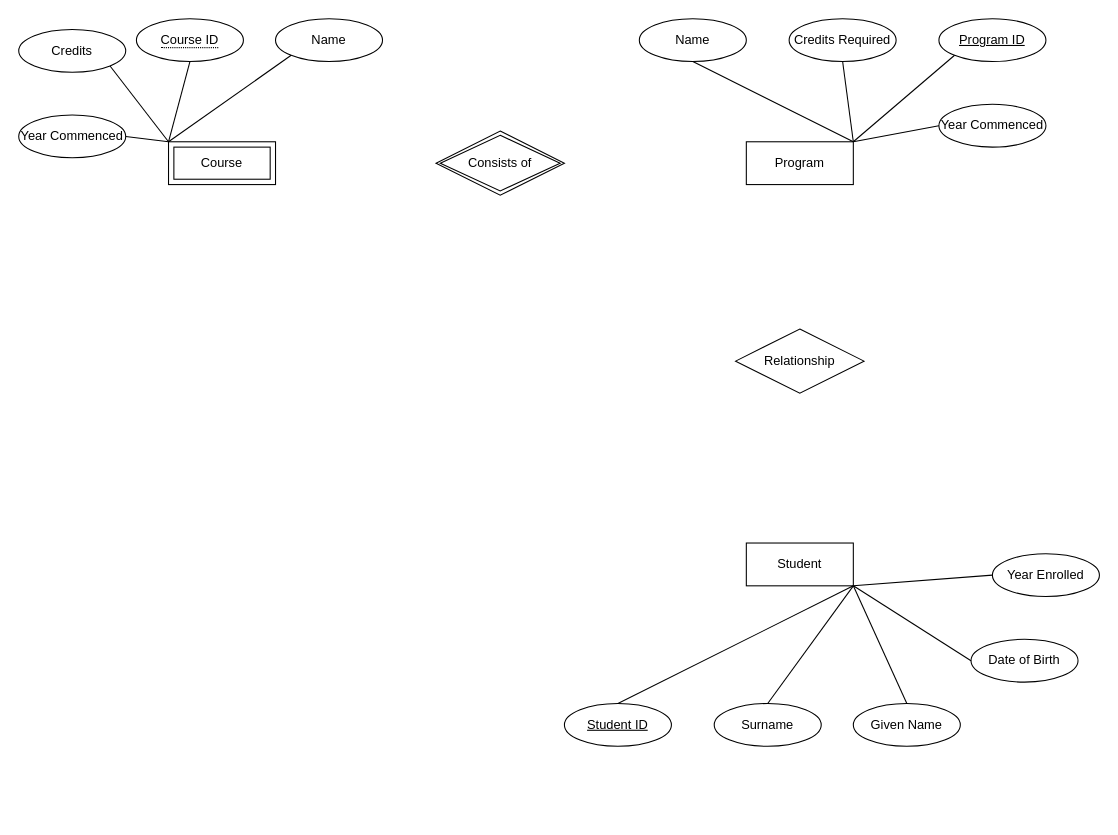
This is the_university_database.drawio from patrick-doumont/ermodeling, a draw.io file, before an edit. Source tidied: cells renumbered, new cells numbered last; positions are measured from the earlier drawing's top-left corner, leaving out a move shared by most shapes. Both pictures are drawn from the tidied source at 107%, with x=0, y=0 at pixel (18, 18).
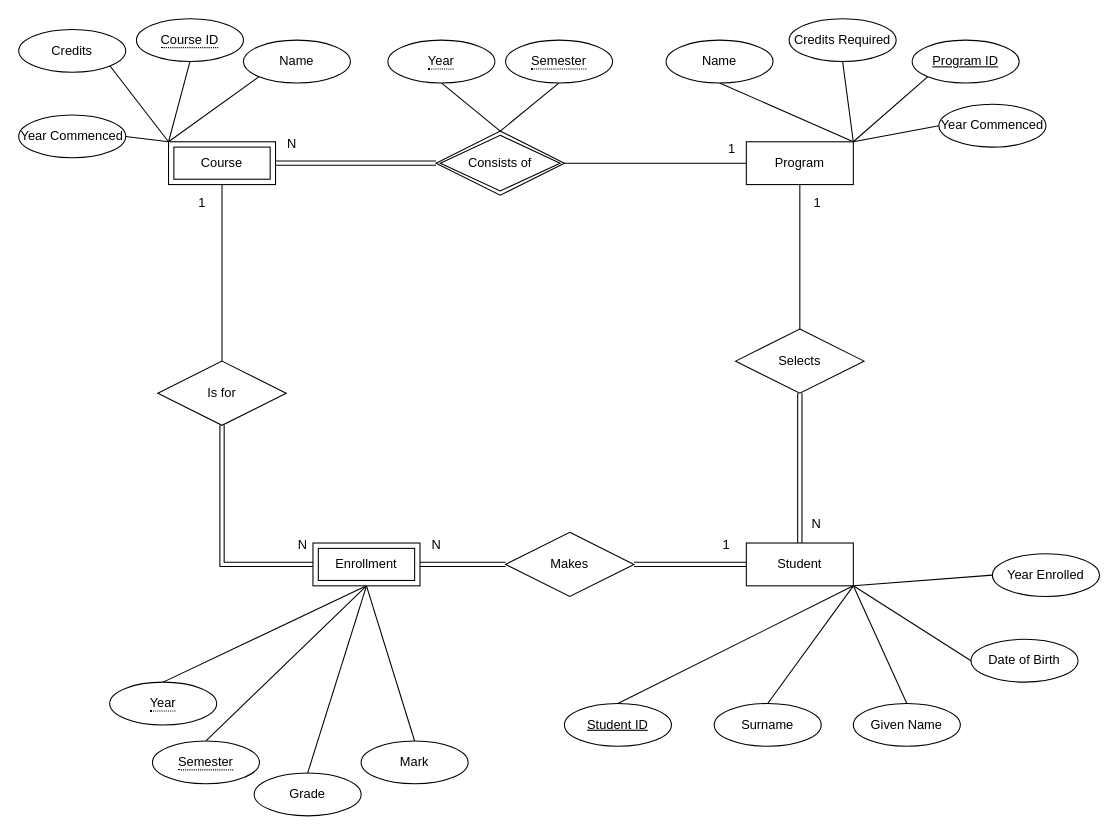
Above is the later version.

Unchanged cells that the change refers to:
```xml
<mxCell id="2" value="Student" style="whiteSpace=wrap;html=1;align=center;" parent="1" vertex="1">
  <mxGeometry x="680" y="490" width="100" height="40" as="geometry" />
</mxCell>
<mxCell id="3" value="Program" style="whiteSpace=wrap;html=1;align=center;" parent="1" vertex="1">
  <mxGeometry x="680" y="115" width="100" height="40" as="geometry" />
</mxCell>
<mxCell id="4" value="Course" style="shape=ext;margin=3;double=1;whiteSpace=wrap;html=1;align=center;" parent="1" vertex="1">
  <mxGeometry x="140" y="115" width="100" height="40" as="geometry" />
</mxCell>
<mxCell id="5" value="Consists of" style="shape=rhombus;double=1;perimeter=rhombusPerimeter;whiteSpace=wrap;html=1;align=center;" parent="1" vertex="1">
  <mxGeometry x="390" y="105" width="120" height="60" as="geometry" />
</mxCell>
```

The edit, as a diff of the source:
```diff
@@
-    <mxCell id="6" value="Relationship" style="shape=rhombus;perimeter=rhombusPerimeter;whiteSpace=wrap;html=1;align=center;" parent="1" vertex="1">
+    <mxCell id="6" value="Selects" style="shape=rhombus;perimeter=rhombusPerimeter;whiteSpace=wrap;html=1;align=center;" parent="1" vertex="1">
       <mxGeometry x="670" y="290" width="120" height="60" as="geometry" />
     </mxCell>
     <mxCell id="7" value="Name" style="ellipse;whiteSpace=wrap;html=1;align=center;" parent="1" vertex="1">
-      <mxGeometry x="580" width="100" height="40" as="geometry" />
+      <mxGeometry x="605" y="20" width="100" height="40" as="geometry" />
     </mxCell>
@@
     <mxCell id="9" value="Program ID" style="ellipse;whiteSpace=wrap;html=1;align=center;fontStyle=4;" parent="1" vertex="1">
-      <mxGeometry x="860" width="100" height="40" as="geometry" />
+      <mxGeometry x="835" y="20" width="100" height="40" as="geometry" />
     </mxCell>
@@
     <mxCell id="16" value="Name" style="ellipse;whiteSpace=wrap;html=1;align=center;" parent="1" vertex="1">
-      <mxGeometry x="240" width="100" height="40" as="geometry" />
+      <mxGeometry x="210" y="20" width="100" height="40" as="geometry" />
     </mxCell>
@@
+    <mxCell id="33" style="endArrow=none;html=1;rounded=0;exitX=0.5;exitY=0;exitDx=0;exitDy=0;entryX=0.5;entryY=1;entryDx=0;entryDy=0;" parent="1" edge="1" source="5" target="62">
+      <mxGeometry relative="1" as="geometry" />
+    </mxCell>
+    <mxCell id="34" style="endArrow=none;html=1;rounded=0;exitX=0.5;exitY=0;exitDx=0;exitDy=0;entryX=0.5;entryY=1;entryDx=0;entryDy=0;" parent="1" edge="1" source="5" target="63">
+      <mxGeometry relative="1" as="geometry" />
+    </mxCell>
+    <mxCell id="35" value="Is for" style="shape=rhombus;perimeter=rhombusPerimeter;whiteSpace=wrap;html=1;align=center;" parent="1" vertex="1">
+      <mxGeometry x="130" y="320" width="120" height="60" as="geometry" />
+    </mxCell>
+    <mxCell id="36" value="Grade" style="ellipse;whiteSpace=wrap;html=1;align=center;" parent="1" vertex="1">
+      <mxGeometry x="220" y="705" width="100" height="40" as="geometry" />
+    </mxCell>
+    <mxCell id="37" value="Mark" style="ellipse;whiteSpace=wrap;html=1;align=center;" parent="1" vertex="1">
+      <mxGeometry x="320" y="675" width="100" height="40" as="geometry" />
+    </mxCell>
+    <mxCell id="38" style="endArrow=none;html=1;rounded=0;entryX=0.5;entryY=0;entryDx=0;entryDy=0;exitX=0.5;exitY=1;exitDx=0;exitDy=0;shape=link;" parent="1" edge="1" source="6" target="2">
+      <mxGeometry relative="1" as="geometry" />
+    </mxCell>
+    <mxCell id="39" value="N" style="html=1;align=right;verticalAlign=bottom;" parent="38" vertex="1">
+      <mxGeometry x="1" relative="1" as="geometry">
+        <mxPoint x="20" y="-10" as="offset" />
+      </mxGeometry>
+    </mxCell>
+    <mxCell id="40" style="endArrow=none;html=1;rounded=0;entryX=0.5;entryY=1;entryDx=0;entryDy=0;exitX=0.5;exitY=0;exitDx=0;exitDy=0;" parent="1" edge="1" source="6" target="3">
+      <mxGeometry relative="1" as="geometry" />
+    </mxCell>
+    <mxCell id="41" value="1" style="html=1;align=right;verticalAlign=bottom;" parent="40" vertex="1">
+      <mxGeometry x="1" relative="1" as="geometry">
+        <mxPoint x="20" y="25" as="offset" />
+      </mxGeometry>
+    </mxCell>
+    <mxCell id="42" style="endArrow=none;html=1;rounded=0;entryX=0;entryY=0.5;entryDx=0;entryDy=0;exitX=1;exitY=0.5;exitDx=0;exitDy=0;" parent="1" edge="1" source="5" target="3">
+      <mxGeometry relative="1" as="geometry" />
+    </mxCell>
+    <mxCell id="43" value="1" style="html=1;align=right;verticalAlign=bottom;" parent="42" vertex="1">
+      <mxGeometry x="1" relative="1" as="geometry">
+        <mxPoint x="-10" y="-5" as="offset" />
+      </mxGeometry>
+    </mxCell>
+    <mxCell id="44" style="endArrow=none;html=1;rounded=0;entryX=1;entryY=0.5;entryDx=0;entryDy=0;exitX=0;exitY=0.5;exitDx=0;exitDy=0;shape=link;" parent="1" edge="1" source="5" target="4">
+      <mxGeometry relative="1" as="geometry" />
+    </mxCell>
+    <mxCell id="45" value="N" style="html=1;align=right;verticalAlign=bottom;" parent="44" vertex="1">
+      <mxGeometry x="1" relative="1" as="geometry">
+        <mxPoint x="20" y="-10" as="offset" />
+      </mxGeometry>
+    </mxCell>
+    <mxCell id="46" style="endArrow=none;html=1;rounded=0;entryX=0;entryY=0.5;entryDx=0;entryDy=0;shape=link;exitX=1;exitY=0.5;exitDx=0;exitDy=0;" parent="1" edge="1" source="54" target="2">
+      <mxGeometry relative="1" as="geometry" />
+    </mxCell>
+    <mxCell id="47" value="1" style="html=1;align=right;verticalAlign=bottom;" parent="46" vertex="1">
+      <mxGeometry x="1" relative="1" as="geometry">
+        <mxPoint x="-15" y="-10" as="offset" />
+      </mxGeometry>
+    </mxCell>
+    <mxCell id="48" style="endArrow=none;html=1;rounded=0;entryX=0.5;entryY=1;entryDx=0;entryDy=0;exitX=0.5;exitY=0;exitDx=0;exitDy=0;" parent="1" edge="1" source="35" target="4">
+      <mxGeometry relative="1" as="geometry" />
+    </mxCell>
+    <mxCell id="49" value="1" style="html=1;align=right;verticalAlign=bottom;" parent="48" vertex="1">
+      <mxGeometry x="1" relative="1" as="geometry">
+        <mxPoint x="-15" y="25" as="offset" />
+      </mxGeometry>
+    </mxCell>
+    <mxCell id="50" style="endArrow=none;html=1;rounded=0;entryX=0.5;entryY=1;entryDx=0;entryDy=0;exitX=0.5;exitY=0;exitDx=0;exitDy=0;" parent="1" edge="1" source="60" target="55">
+      <mxGeometry relative="1" as="geometry" />
+    </mxCell>
+    <mxCell id="51" style="endArrow=none;html=1;rounded=0;entryX=0.5;entryY=1;entryDx=0;entryDy=0;exitX=0.5;exitY=0;exitDx=0;exitDy=0;" parent="1" edge="1" source="61" target="55">
+      <mxGeometry relative="1" as="geometry" />
+    </mxCell>
+    <mxCell id="52" style="endArrow=none;html=1;rounded=0;exitX=0.5;exitY=0;exitDx=0;exitDy=0;entryX=0.5;entryY=1;entryDx=0;entryDy=0;" parent="1" edge="1" source="36" target="55">
+      <mxGeometry relative="1" as="geometry" />
+    </mxCell>
+    <mxCell id="53" style="endArrow=none;html=1;rounded=0;exitX=0.5;exitY=0;exitDx=0;exitDy=0;entryX=0.5;entryY=1;entryDx=0;entryDy=0;" parent="1" edge="1" source="37" target="55">
+      <mxGeometry relative="1" as="geometry" />
+    </mxCell>
+    <mxCell id="54" value="Makes" style="shape=rhombus;perimeter=rhombusPerimeter;whiteSpace=wrap;html=1;align=center;" parent="1" vertex="1">
+      <mxGeometry x="455" y="480" width="120" height="60" as="geometry" />
+    </mxCell>
+    <mxCell id="55" value="Enrollment" style="shape=ext;margin=3;double=1;whiteSpace=wrap;html=1;align=center;" parent="1" vertex="1">
+      <mxGeometry x="275" y="490" width="100" height="40" as="geometry" />
+    </mxCell>
+    <mxCell id="56" style="endArrow=none;html=1;rounded=0;entryX=1;entryY=0.5;entryDx=0;entryDy=0;exitX=0;exitY=0.5;exitDx=0;exitDy=0;shape=link;" parent="1" edge="1" source="54" target="55">
+      <mxGeometry relative="1" as="geometry" />
+    </mxCell>
+    <mxCell id="57" value="N" style="html=1;align=right;verticalAlign=bottom;" parent="56" vertex="1">
+      <mxGeometry x="1" relative="1" as="geometry">
+        <mxPoint x="20" y="-10" as="offset" />
+      </mxGeometry>
+    </mxCell>
+    <mxCell id="58" style="endArrow=none;html=1;rounded=0;entryX=0;entryY=0.5;entryDx=0;entryDy=0;exitX=0.5;exitY=1;exitDx=0;exitDy=0;shape=link;" parent="1" edge="1" source="35" target="55">
+      <mxGeometry relative="1" as="geometry">
+        <Array as="points">
+          <mxPoint x="190" y="510" />
+        </Array>
+      </mxGeometry>
+    </mxCell>
+    <mxCell id="59" value="N" style="html=1;align=right;verticalAlign=bottom;" parent="58" vertex="1">
+      <mxGeometry x="1" relative="1" as="geometry">
+        <mxPoint x="-5" y="-10" as="offset" />
+      </mxGeometry>
+    </mxCell>
+    <mxCell id="60" value="&lt;span style=&quot;border-bottom: 1px dotted&quot;&gt;Year&lt;/span&gt;" style="ellipse;whiteSpace=wrap;html=1;align=center;" parent="1" vertex="1">
+      <mxGeometry x="85" y="620" width="100" height="40" as="geometry" />
+    </mxCell>
+    <mxCell id="61" value="&lt;span style=&quot;border-bottom: 1px dotted&quot;&gt;Semester&lt;/span&gt;" style="ellipse;whiteSpace=wrap;html=1;align=center;" parent="1" vertex="1">
+      <mxGeometry x="125" y="675" width="100" height="40" as="geometry" />
+    </mxCell>
+    <mxCell id="62" value="&lt;span style=&quot;border-bottom: 1px dotted&quot;&gt;Year&lt;/span&gt;" style="ellipse;whiteSpace=wrap;html=1;align=center;" parent="1" vertex="1">
+      <mxGeometry x="345" y="20" width="100" height="40" as="geometry" />
+    </mxCell>
+    <mxCell id="63" value="&lt;span style=&quot;border-bottom: 1px dotted&quot;&gt;Semester&lt;/span&gt;" style="ellipse;whiteSpace=wrap;html=1;align=center;" parent="1" vertex="1">
+      <mxGeometry x="455" y="20" width="100" height="40" as="geometry" />
+    </mxCell>
```
